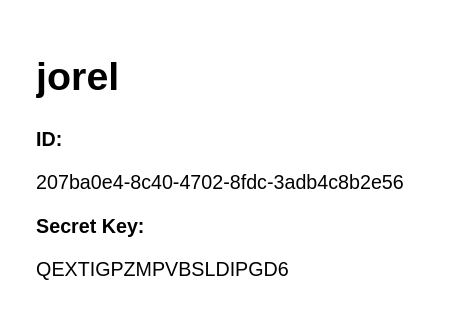
Earlier version of the draw.io diagram Diagrama sem nome.drawio (Samukle/bateria-eletrica). Source tidied: cells renumbered, new cells numbered last; positions are measured from the earlier drawing's top-left corner, leaving out a move shared by most shapes. Both pictures are drawn from the tidied source at 164%, with x=0, y=0 at pixel (28, 44).
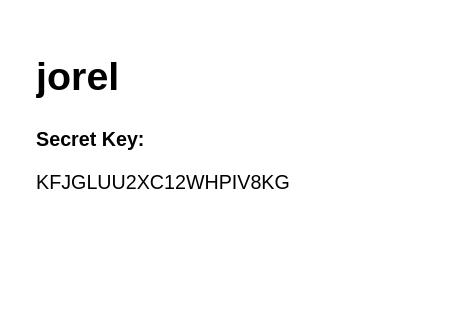
Above is the later version.

Change to the diagram source:
```diff
@@
 <mxGraphModel>
   <root>
     <mxCell id="0" />
     <mxCell id="1" parent="0" />
-    <mxCell id="2" value="&lt;h1&gt;jorel&lt;/h1&gt;&lt;p&gt;&lt;b&gt;ID:&amp;nbsp;&lt;/b&gt;&lt;/p&gt;&lt;p&gt;207ba0e4-8c40-4702-8fdc-3adb4c8b2e56&lt;br&gt;&lt;/p&gt;&lt;p&gt;&lt;b&gt;Secret Key:&lt;/b&gt;&lt;/p&gt;QEXTIGPZMPVBSLDIPGD6" style="text;html=1;strokeColor=none;fillColor=none;spacing=5;spacingTop=-20;whiteSpace=wrap;overflow=hidden;rounded=0;" parent="1" vertex="1">
+    <mxCell id="2" value="&lt;h1&gt;jorel&lt;/h1&gt;&lt;p&gt;&lt;b&gt;Secret Key:&lt;/b&gt;&lt;/p&gt;KFJGLUU2XC12WHPIV8KG" style="text;html=1;strokeColor=none;fillColor=none;spacing=5;spacingTop=-20;whiteSpace=wrap;overflow=hidden;rounded=0;" parent="1" vertex="1">
       <mxGeometry width="240" height="150" as="geometry" />
     </mxCell>
   </root>
 </mxGraphModel>
```
